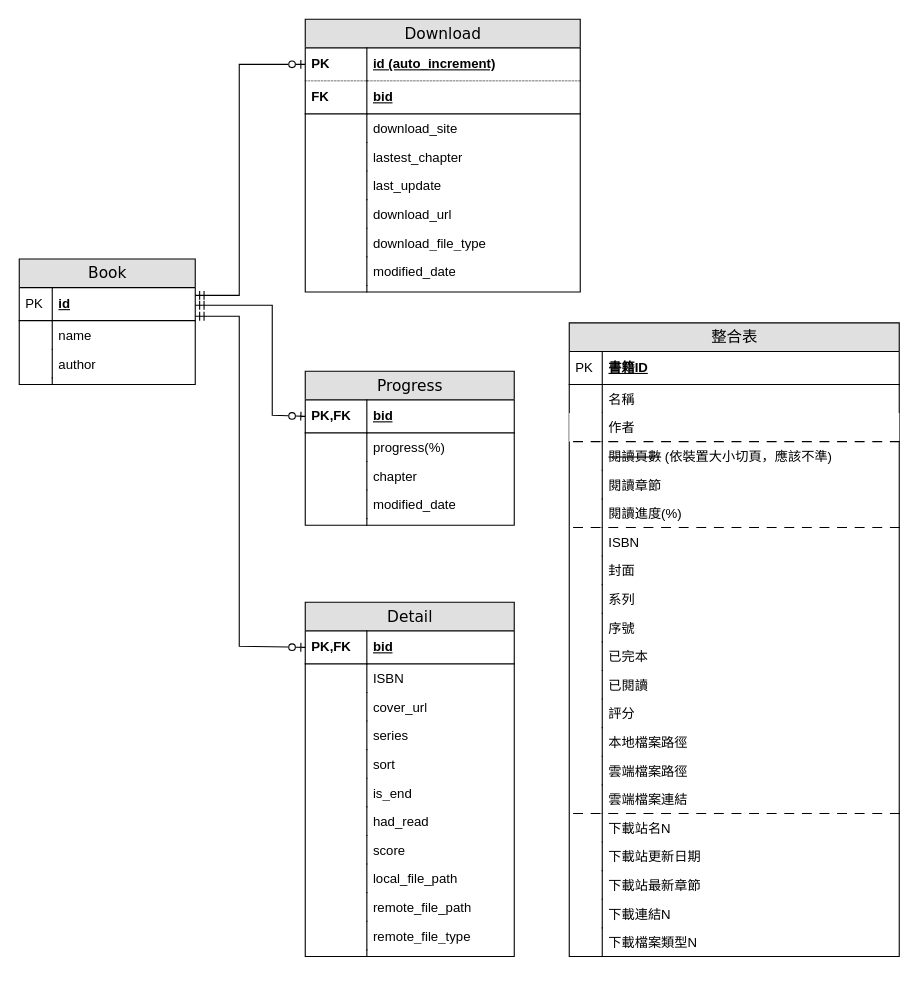
Earlier version of the draw.io diagram page "資料庫" (2 of 7) of doc/爬小說.drawio (ChivialK/chivialk.github.io). Source tidied: cells renumbered, new cells numbered last; positions are measured from the earlier drawing's top-left corner, leaving out a move shared by most shapes. Both pictures are drawn from the tidied source at 110%, with x=0, y=0 at pixel (19, 19).
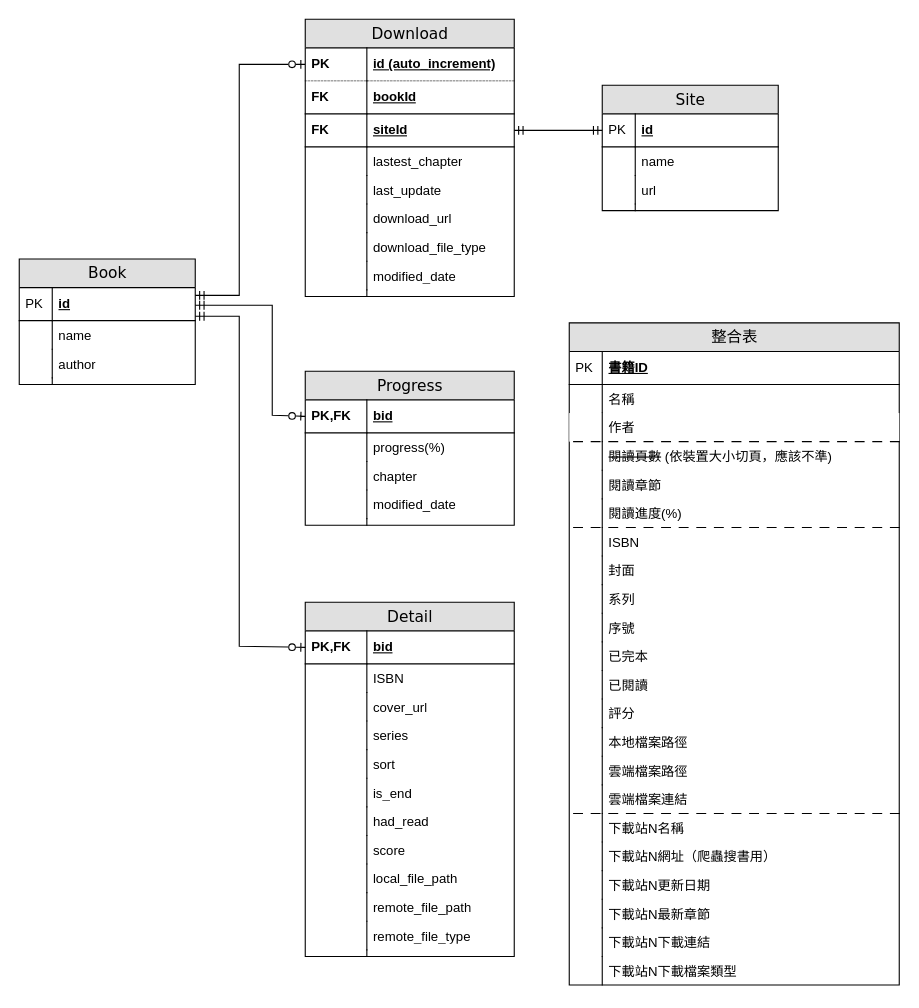
The same diagram, later.

Diff of the diagram source:
```diff
@@
     <mxCell id="23" value="整合表" style="swimlane;html=1;fontStyle=0;horizontal=1;startSize=26;fillColor=#e0e0e0;swimlaneFillColor=#ffffff;align=center;rounded=0;shadow=0;comic=0;labelBackgroundColor=none;strokeWidth=1;fontFamily=Verdana;fontSize=14;" parent="1" vertex="1">
-      <mxGeometry x="500" y="276" width="300" height="576" as="geometry" />
+      <mxGeometry x="500" y="276" width="300" height="602" as="geometry" />
     </mxCell>
@@
-    <mxCell id="56" value="&lt;div&gt;下載站名N&lt;/div&gt;" style="shape=partialRectangle;top=0;left=0;right=0;bottom=0;html=1;align=left;verticalAlign=top;fillColor=none;spacingLeft=34;spacingRight=4;whiteSpace=wrap;overflow=hidden;" parent="23" vertex="1">
+    <mxCell id="56" value="&lt;div&gt;下載站N名稱&lt;/div&gt;" style="shape=partialRectangle;top=0;left=0;right=0;bottom=0;html=1;align=left;verticalAlign=top;fillColor=none;spacingLeft=34;spacingRight=4;whiteSpace=wrap;overflow=hidden;" parent="23" vertex="1">
       <mxGeometry y="446" width="300" height="26" as="geometry" />
     </mxCell>
@@
+    <mxCell id="112" value="&lt;div&gt;下載站N網址（爬蟲搜書用）&lt;/div&gt;" style="shape=partialRectangle;top=0;left=0;right=0;bottom=0;html=1;align=left;verticalAlign=top;fillColor=none;spacingLeft=34;spacingRight=4;whiteSpace=wrap;overflow=hidden;" parent="23" vertex="1">
+      <mxGeometry y="472" width="300" height="26" as="geometry" />
+    </mxCell>
+    <mxCell id="113" style="shape=partialRectangle;top=0;left=0;bottom=0;html=1;fillColor=none;align=left;verticalAlign=top;spacingLeft=4;spacingRight=4;whiteSpace=wrap;overflow=hidden;" parent="112" vertex="1">
+      <mxGeometry width="30" height="26" as="geometry" />
+    </mxCell>
-    <mxCell id="58" value="&lt;div&gt;下載站更新日期&lt;/div&gt;&lt;div&gt;&lt;br&gt;&lt;/div&gt;" style="shape=partialRectangle;top=0;left=0;right=0;bottom=0;html=1;align=left;verticalAlign=top;fillColor=none;spacingLeft=34;spacingRight=4;whiteSpace=wrap;overflow=hidden;" parent="23" vertex="1">
-      <mxGeometry y="472" width="300" height="26" as="geometry" />
+    <mxCell id="58" value="&lt;div&gt;下載站N更新日期&lt;/div&gt;&lt;div&gt;&lt;br&gt;&lt;/div&gt;" style="shape=partialRectangle;top=0;left=0;right=0;bottom=0;html=1;align=left;verticalAlign=top;fillColor=none;spacingLeft=34;spacingRight=4;whiteSpace=wrap;overflow=hidden;" parent="23" vertex="1">
+      <mxGeometry y="498" width="300" height="26" as="geometry" />
     </mxCell>
@@
-    <mxCell id="60" value="下載站最新章節" style="shape=partialRectangle;top=0;left=0;right=0;bottom=0;html=1;align=left;verticalAlign=top;fillColor=none;spacingLeft=34;spacingRight=4;whiteSpace=wrap;overflow=hidden;" parent="23" vertex="1">
-      <mxGeometry y="498" width="300" height="26" as="geometry" />
+    <mxCell id="60" value="下載站N最新章節" style="shape=partialRectangle;top=0;left=0;right=0;bottom=0;html=1;align=left;verticalAlign=top;fillColor=none;spacingLeft=34;spacingRight=4;whiteSpace=wrap;overflow=hidden;" parent="23" vertex="1">
+      <mxGeometry y="524" width="300" height="26" as="geometry" />
     </mxCell>
@@
-    <mxCell id="62" value="下載連結N" style="shape=partialRectangle;top=0;left=0;right=0;bottom=0;html=1;align=left;verticalAlign=top;fillColor=none;spacingLeft=34;spacingRight=4;whiteSpace=wrap;overflow=hidden;" parent="23" vertex="1">
-      <mxGeometry y="524" width="300" height="26" as="geometry" />
+    <mxCell id="62" value="下載站N下載連結" style="shape=partialRectangle;top=0;left=0;right=0;bottom=0;html=1;align=left;verticalAlign=top;fillColor=none;spacingLeft=34;spacingRight=4;whiteSpace=wrap;overflow=hidden;" parent="23" vertex="1">
+      <mxGeometry y="550" width="300" height="26" as="geometry" />
     </mxCell>
@@
-    <mxCell id="64" value="下載檔案類型N" style="shape=partialRectangle;top=0;left=0;right=0;bottom=0;html=1;align=left;verticalAlign=top;fillColor=none;spacingLeft=34;spacingRight=4;whiteSpace=wrap;overflow=hidden;" parent="23" vertex="1">
-      <mxGeometry y="550" width="300" height="26" as="geometry" />
+    <mxCell id="64" value="下載站N下載檔案類型" style="shape=partialRectangle;top=0;left=0;right=0;bottom=0;html=1;align=left;verticalAlign=top;fillColor=none;spacingLeft=34;spacingRight=4;whiteSpace=wrap;overflow=hidden;" parent="23" vertex="1">
+      <mxGeometry y="576" width="300" height="26" as="geometry" />
     </mxCell>
@@
     <mxCell id="92" value="Download" style="swimlane;html=1;fontStyle=0;horizontal=1;startSize=26;fillColor=#e0e0e0;swimlaneFillColor=#ffffff;align=center;rounded=0;shadow=0;comic=0;labelBackgroundColor=none;strokeWidth=1;fontFamily=Verdana;fontSize=14;" parent="1" vertex="1">
-      <mxGeometry x="260" width="250" height="248" as="geometry" />
+      <mxGeometry x="260" width="190" height="252" as="geometry" />
     </mxCell>
     <mxCell id="93" value="id (auto_increment)" style="shape=partialRectangle;top=0;left=0;right=0;bottom=1;html=1;align=left;verticalAlign=middle;fillColor=none;spacingLeft=60;spacingRight=4;whiteSpace=wrap;overflow=hidden;fontStyle=5;dashed=1;strokeWidth=0.5;" parent="92" vertex="1">
-      <mxGeometry y="26" width="250" height="30" as="geometry" />
+      <mxGeometry y="26" width="190" height="30" as="geometry" />
     </mxCell>
@@
-    <mxCell id="95" value="bid" style="shape=partialRectangle;top=0;left=0;right=0;bottom=1;html=1;align=left;verticalAlign=middle;fillColor=none;spacingLeft=60;spacingRight=4;whiteSpace=wrap;overflow=hidden;fontStyle=5;" parent="92" vertex="1">
-      <mxGeometry y="56" width="250" height="30" as="geometry" />
+    <mxCell id="95" value="bookId" style="shape=partialRectangle;top=0;left=0;right=0;bottom=1;html=1;align=left;verticalAlign=middle;fillColor=none;spacingLeft=60;spacingRight=4;whiteSpace=wrap;overflow=hidden;fontStyle=5;" parent="92" vertex="1">
+      <mxGeometry y="56" width="190" height="30" as="geometry" />
     </mxCell>
@@
-    <mxCell id="97" value="download_site" style="shape=partialRectangle;top=0;left=0;right=0;bottom=0;html=1;align=left;verticalAlign=top;fillColor=none;spacingLeft=60;spacingRight=4;whiteSpace=wrap;overflow=hidden;" parent="92" vertex="1">
-      <mxGeometry y="86" width="250" height="26" as="geometry" />
-    </mxCell>
-    <mxCell id="98" style="shape=partialRectangle;top=0;left=0;bottom=0;html=1;fillColor=none;align=left;verticalAlign=top;spacingLeft=4;spacingRight=4;whiteSpace=wrap;overflow=hidden;" parent="97" vertex="1">
-      <mxGeometry width="56" height="26" as="geometry" />
-    </mxCell>
+    <mxCell id="114" value="siteId" style="shape=partialRectangle;top=0;left=0;right=0;bottom=1;html=1;align=left;verticalAlign=middle;fillColor=none;spacingLeft=60;spacingRight=4;whiteSpace=wrap;overflow=hidden;points=[[0,0.5],[1,0.5]];portConstraint=eastwest;fontStyle=5;" parent="92" vertex="1">
+      <mxGeometry y="86" width="190" height="30" as="geometry" />
+    </mxCell>
+    <mxCell id="115" value="FK" style="shape=partialRectangle;fontStyle=1;top=0;left=0;bottom=0;html=1;fillColor=none;align=left;verticalAlign=middle;spacingLeft=4;spacingRight=4;whiteSpace=wrap;overflow=hidden;" parent="114" vertex="1">
+      <mxGeometry width="56" height="30" as="geometry" />
+    </mxCell>
     <mxCell id="99" value="lastest_chapter" style="shape=partialRectangle;top=0;left=0;right=0;bottom=0;html=1;align=left;verticalAlign=top;fillColor=none;spacingLeft=60;spacingRight=4;whiteSpace=wrap;overflow=hidden;" parent="92" vertex="1">
-      <mxGeometry y="112" width="250" height="26" as="geometry" />
+      <mxGeometry y="116" width="190" height="26" as="geometry" />
     </mxCell>
@@
     <mxCell id="101" value="last_update" style="shape=partialRectangle;top=0;left=0;right=0;bottom=0;html=1;align=left;verticalAlign=top;fillColor=none;spacingLeft=60;spacingRight=4;whiteSpace=wrap;overflow=hidden;" parent="92" vertex="1">
-      <mxGeometry y="138" width="250" height="26" as="geometry" />
+      <mxGeometry y="142" width="190" height="26" as="geometry" />
     </mxCell>
@@
     <mxCell id="103" value="download_url" style="shape=partialRectangle;top=0;left=0;right=0;bottom=0;html=1;align=left;verticalAlign=top;fillColor=none;spacingLeft=60;spacingRight=4;whiteSpace=wrap;overflow=hidden;" parent="92" vertex="1">
-      <mxGeometry y="164" width="250" height="26" as="geometry" />
+      <mxGeometry y="168" width="190" height="26" as="geometry" />
     </mxCell>
@@
     <mxCell id="105" value="download_file_type" style="shape=partialRectangle;top=0;left=0;right=0;bottom=0;html=1;align=left;verticalAlign=top;fillColor=none;spacingLeft=60;spacingRight=4;whiteSpace=wrap;overflow=hidden;" parent="92" vertex="1">
-      <mxGeometry y="190" width="250" height="26" as="geometry" />
+      <mxGeometry y="194" width="190" height="26" as="geometry" />
     </mxCell>
@@
     <mxCell id="107" value="modified_date" style="shape=partialRectangle;top=0;left=0;right=0;bottom=0;html=1;align=left;verticalAlign=top;fillColor=none;spacingLeft=60;spacingRight=4;whiteSpace=wrap;overflow=hidden;" parent="92" vertex="1">
-      <mxGeometry y="216" width="250" height="26" as="geometry" />
+      <mxGeometry y="220" width="190" height="26" as="geometry" />
     </mxCell>
@@
     <mxCell id="109" style="shape=partialRectangle;top=0;left=0;right=0;bottom=0;html=1;align=left;verticalAlign=top;fillColor=none;spacingLeft=60;spacingRight=4;whiteSpace=wrap;overflow=hidden;" parent="92" vertex="1">
-      <mxGeometry y="242" width="250" height="6" as="geometry" />
+      <mxGeometry y="246" width="190" height="6" as="geometry" />
     </mxCell>
@@
+    <mxCell id="116" value="Site" style="swimlane;html=1;fontStyle=0;horizontal=1;startSize=26;fillColor=#e0e0e0;swimlaneFillColor=#ffffff;align=center;rounded=0;shadow=0;comic=0;labelBackgroundColor=none;strokeWidth=1;fontFamily=Verdana;fontSize=14;" parent="1" vertex="1">
+      <mxGeometry x="530" y="60" width="160" height="114" as="geometry" />
+    </mxCell>
+    <mxCell id="117" value="id" style="shape=partialRectangle;top=0;left=0;right=0;bottom=1;html=1;align=left;verticalAlign=middle;fillColor=none;spacingLeft=34;spacingRight=4;whiteSpace=wrap;overflow=hidden;points=[[0,0.5],[1,0.5]];portConstraint=eastwest;fontStyle=5;" parent="116" vertex="1">
+      <mxGeometry y="26" width="160" height="30" as="geometry" />
+    </mxCell>
+    <mxCell id="118" value="PK" style="shape=partialRectangle;top=0;left=0;bottom=0;html=1;fillColor=none;align=left;verticalAlign=middle;spacingLeft=4;spacingRight=4;whiteSpace=wrap;overflow=hidden;" parent="117" vertex="1">
+      <mxGeometry width="30" height="30" as="geometry" />
+    </mxCell>
+    <mxCell id="119" value="name" style="shape=partialRectangle;top=0;left=0;right=0;bottom=0;html=1;align=left;verticalAlign=top;fillColor=none;spacingLeft=34;spacingRight=4;whiteSpace=wrap;overflow=hidden;" parent="116" vertex="1">
+      <mxGeometry y="56" width="160" height="26" as="geometry" />
+    </mxCell>
+    <mxCell id="120" style="shape=partialRectangle;top=0;left=0;bottom=0;html=1;fillColor=none;align=left;verticalAlign=top;spacingLeft=4;spacingRight=4;whiteSpace=wrap;overflow=hidden;" parent="119" vertex="1">
+      <mxGeometry width="30" height="26" as="geometry" />
+    </mxCell>
+    <mxCell id="121" value="url" style="shape=partialRectangle;top=0;left=0;right=0;bottom=0;html=1;align=left;verticalAlign=top;fillColor=none;spacingLeft=34;spacingRight=4;whiteSpace=wrap;overflow=hidden;" parent="116" vertex="1">
+      <mxGeometry y="82" width="160" height="26" as="geometry" />
+    </mxCell>
+    <mxCell id="122" style="shape=partialRectangle;top=0;left=0;bottom=0;html=1;fillColor=none;align=left;verticalAlign=top;spacingLeft=4;spacingRight=4;whiteSpace=wrap;overflow=hidden;" parent="121" vertex="1">
+      <mxGeometry width="30" height="26" as="geometry" />
+    </mxCell>
+    <mxCell id="123" style="shape=partialRectangle;top=0;left=0;right=0;bottom=0;html=1;align=left;verticalAlign=top;fillColor=none;spacingLeft=34;spacingRight=4;whiteSpace=wrap;overflow=hidden;" parent="116" vertex="1">
+      <mxGeometry y="108" width="160" height="6" as="geometry" />
+    </mxCell>
+    <mxCell id="124" style="shape=partialRectangle;top=0;left=0;bottom=0;html=1;fillColor=none;align=left;verticalAlign=top;spacingLeft=4;spacingRight=4;whiteSpace=wrap;overflow=hidden;" parent="123" vertex="1">
+      <mxGeometry width="30" height="6" as="geometry" />
+    </mxCell>
+    <mxCell id="125" style="edgeStyle=orthogonalEdgeStyle;rounded=0;jettySize=auto;html=1;exitX=1;exitY=0.5;exitDx=0;exitDy=0;entryX=0;entryY=0.5;entryDx=0;entryDy=0;fontFamily=Verdana;fontSize=12;fontColor=default;startArrow=ERmandOne;startFill=0;endArrow=ERmandOne;endFill=0;" parent="1" edge="1" source="114" target="117">
+      <mxGeometry relative="1" as="geometry" />
+    </mxCell>
```
